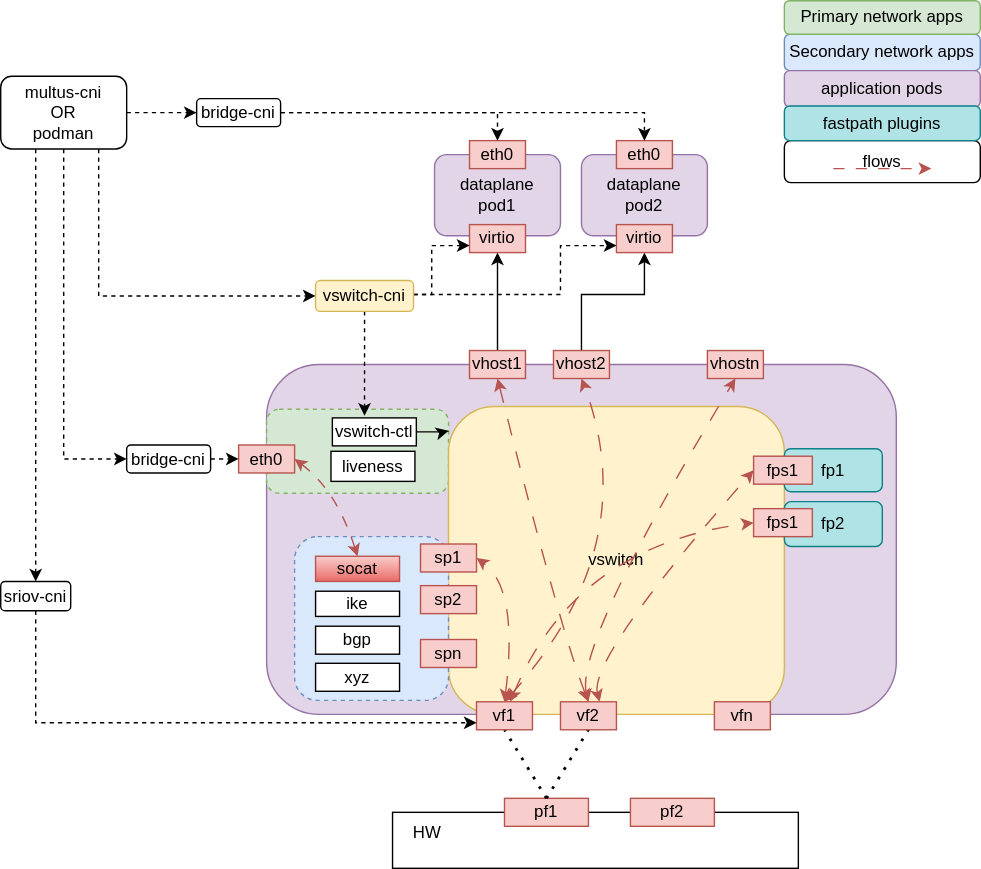
Before: docs/images/vswitch.drawio.svg, a diagram exported from draw.io (sriramy/vswitch). Source tidied: cells renumbered, new cells last; positions are measured from the earlier drawing's top-left corner, leaving out a move shared by most shapes.
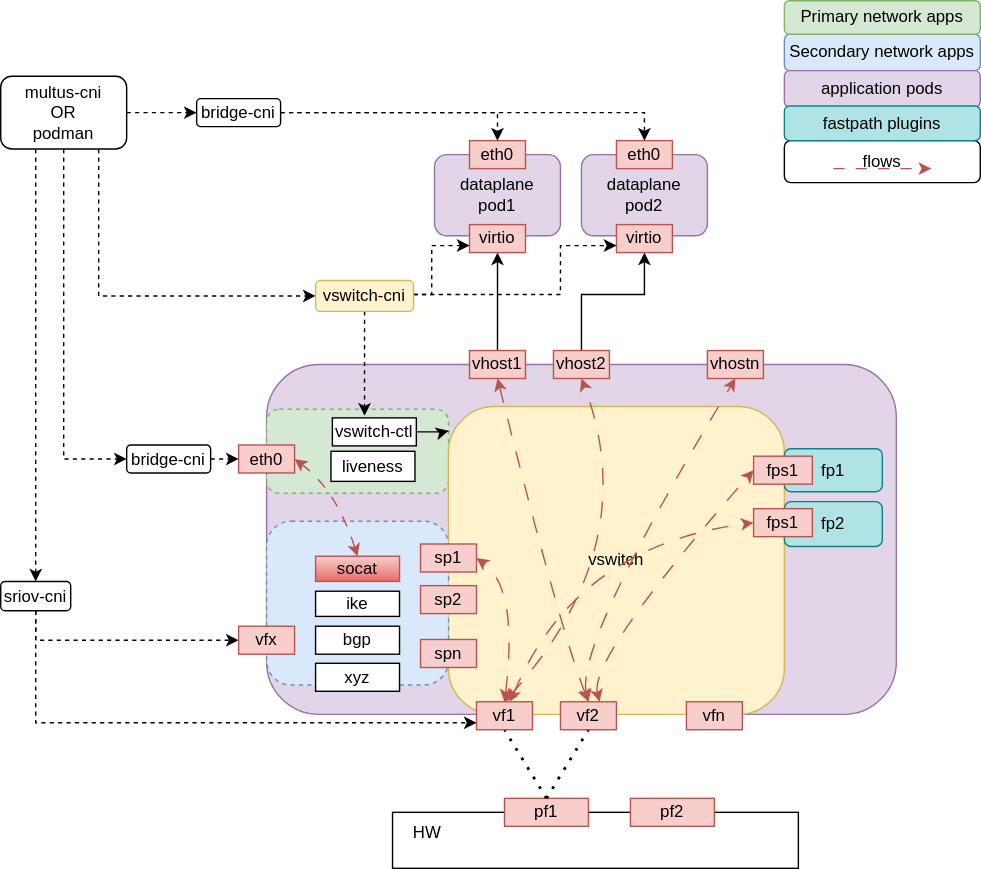
After the change.

Diff of the diagram source:
```diff
@@ -53,7 +53,7 @@
       <mxGeometry x="320" y="290" width="240" height="220" as="geometry" />
     </mxCell>
     <mxCell id="17" style="rounded=1;whiteSpace=wrap;html=1;dashed=1;fillColor=#dae8fc;strokeColor=#6c8ebf;" parent="1" vertex="1">
-      <mxGeometry x="210" y="383" width="110" height="117" as="geometry" />
+      <mxGeometry x="190" y="372" width="130" height="117" as="geometry" />
     </mxCell>
     <mxCell id="18" value="ike" style="rounded=0;whiteSpace=wrap;html=1;" parent="1" vertex="1">
       <mxGeometry x="225" y="422" width="60" height="18" as="geometry" />
@@ -186,7 +186,7 @@
     <mxCell id="48" value="multus-cni&lt;br&gt;OR&lt;br&gt;podman" style="rounded=1;whiteSpace=wrap;html=1;" parent="1" vertex="1">
       <mxGeometry y="54" width="90" height="52" as="geometry" />
     </mxCell>
-    <mxCell id="49" style="edgeStyle=orthogonalEdgeStyle;rounded=0;jettySize=auto;html=1;entryX=0;entryY=0.75;entryDx=0;entryDy=0;dashed=1;exitX=0.5;exitY=1;exitDx=0;exitDy=0;" parent="1" edge="1" source="50" target="28">
+    <mxCell id="49" style="edgeStyle=orthogonalEdgeStyle;rounded=0;jettySize=auto;html=1;entryX=0;entryY=0.75;entryDx=0;entryDy=0;dashed=1;" parent="1" edge="1" source="50" target="28">
       <mxGeometry relative="1" as="geometry">
         <Array as="points">
           <mxPoint x="25" y="516" />
@@ -197,7 +197,7 @@
       <mxGeometry y="415" width="50" height="21" as="geometry" />
     </mxCell>
     <mxCell id="51" value="vfn" style="rounded=0;whiteSpace=wrap;html=1;fillColor=#f8cecc;strokeColor=#b85450;" parent="1" vertex="1">
-      <mxGeometry x="510" y="501" width="40" height="20" as="geometry" />
+      <mxGeometry x="490" y="501" width="40" height="20" as="geometry" />
     </mxCell>
     <mxCell id="52" value="vf2" style="rounded=0;whiteSpace=wrap;html=1;fillColor=#f8cecc;strokeColor=#b85450;" parent="1" vertex="1">
       <mxGeometry x="400" y="501" width="40" height="20" as="geometry" />
@@ -266,5 +266,11 @@
         </Array>
       </mxGeometry>
     </mxCell>
+    <mxCell id="70" style="edgeStyle=orthogonalEdgeStyle;rounded=0;jettySize=auto;html=1;entryX=0;entryY=0.5;entryDx=0;entryDy=0;dashed=1;exitX=0.5;exitY=1;exitDx=0;exitDy=0;" parent="1" edge="1" source="50" target="71">
+      <mxGeometry relative="1" as="geometry" />
+    </mxCell>
+    <mxCell id="71" value="vfx" style="rounded=0;whiteSpace=wrap;html=1;fillColor=#f8cecc;strokeColor=#b85450;" parent="1" vertex="1">
+      <mxGeometry x="170" y="447" width="40" height="20" as="geometry" />
+    </mxCell>
   </root>
 </mxGraphModel>
```
